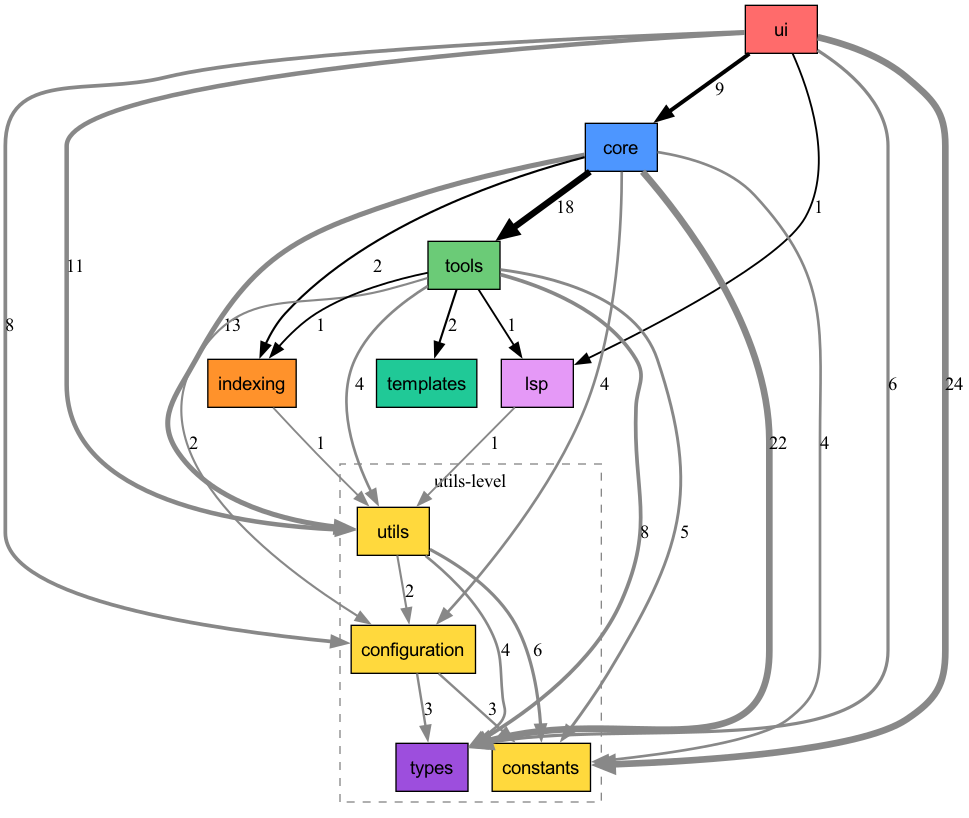
ryumacodes/tunacode keeps this Graphviz diagram as docs/architecture/layers.png. Above is the earlier version. Its source is kept beside it as docs/architecture/layers.dot.
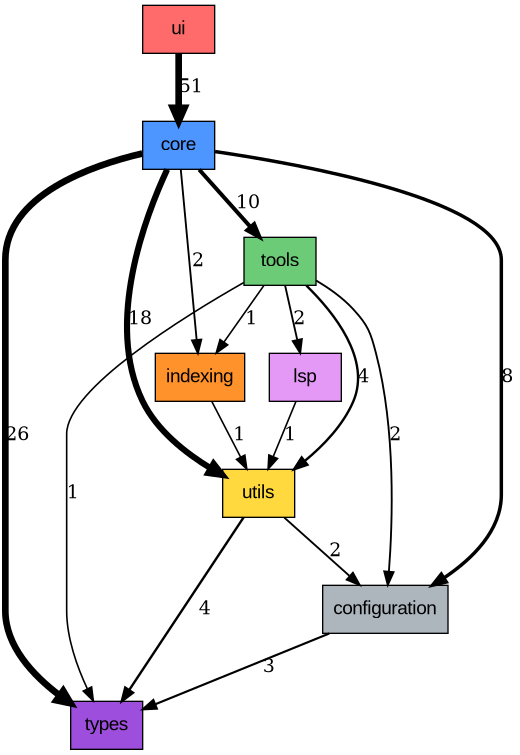
Later version of the same file.

What changed in the source:
```diff
@@ -1,48 +1,30 @@
-digraph tunacode_deps {
+digraph tunacode_layers {
   rankdir=TB;
   node [shape=box, style=filled, fontname="Arial"];
-
-  subgraph cluster_utils_level {
-    label="utils-level";
-    style=dashed;
-    color="#888888";
-    utils [label="utils", fillcolor="#ffd93d"];
-    types [label="types", fillcolor="#9d4edd"];
-    configuration [label="configuration", fillcolor="#ffd93d"];
-    constants [label="constants", fillcolor="#ffd93d"];
-  }
 
   ui [label="ui", fillcolor="#ff6b6b"];
   core [label="core", fillcolor="#4d96ff"];
   tools [label="tools", fillcolor="#6bcb77"];
+  utils [label="utils", fillcolor="#ffd93d"];
+  types [label="types", fillcolor="#9d4edd"];
+  configuration [label="configuration", fillcolor="#adb5bd"];
   indexing [label="indexing", fillcolor="#ff922b"];
   lsp [label="lsp", fillcolor="#e599f7"];
-  templates [label="templates", fillcolor="#20c997"];
 
-  configuration -> constants [label="3", penwidth=1.8, color="#888888"];
-  configuration -> types [label="3", penwidth=1.8, color="#888888"];
-  core -> configuration [label="4", penwidth=2.0, color="#888888"];
-  core -> constants [label="4", penwidth=2.0, color="#888888"];
-  core -> indexing [label="2", penwidth=1.6];
-  core -> tools [label="18", penwidth=4.8];
-  core -> types [label="22", penwidth=5.0, color="#888888"];
-  core -> utils [label="13", penwidth=3.8, color="#888888"];
-  indexing -> utils [label="1", penwidth=1.4, color="#888888"];
-  lsp -> utils [label="1", penwidth=1.4, color="#888888"];
-  tools -> configuration [label="2", penwidth=1.6, color="#888888"];
-  tools -> constants [label="5", penwidth=2.2, color="#888888"];
-  tools -> indexing [label="1", penwidth=1.4];
-  tools -> lsp [label="1", penwidth=1.4];
-  tools -> templates [label="2", penwidth=1.6];
-  tools -> types [label="8", penwidth=2.8, color="#888888"];
-  tools -> utils [label="4", penwidth=2.0, color="#888888"];
-  ui -> configuration [label="8", penwidth=2.8, color="#888888"];
-  ui -> constants [label="24", penwidth=5.0, color="#888888"];
-  ui -> core [label="9", penwidth=3.0];
-  ui -> lsp [label="1", penwidth=1.4];
-  ui -> types [label="6", penwidth=2.4, color="#888888"];
-  ui -> utils [label="11", penwidth=3.4, color="#888888"];
-  utils -> configuration [label="2", penwidth=1.6, color="#888888"];
-  utils -> constants [label="6", penwidth=2.4, color="#888888"];
-  utils -> types [label="4", penwidth=2.0, color="#888888"];
+  configuration -> types [label="3", penwidth=1.6];
+  core -> configuration [label="8", penwidth=2.6];
+  core -> indexing [label="2", penwidth=1.4];
+  core -> tools [label="10", penwidth=3.0];
+  core -> types [label="26", penwidth=5];
+  core -> utils [label="18", penwidth=4.6];
+  indexing -> utils [label="1", penwidth=1.2];
+  lsp -> utils [label="1", penwidth=1.2];
+  tools -> configuration [label="2", penwidth=1.4];
+  tools -> indexing [label="1", penwidth=1.2];
+  tools -> lsp [label="2", penwidth=1.4];
+  tools -> types [label="1", penwidth=1.2];
+  tools -> utils [label="4", penwidth=1.8];
+  ui -> core [label="51", penwidth=5];
+  utils -> configuration [label="2", penwidth=1.4];
+  utils -> types [label="4", penwidth=1.8];
 }
```
